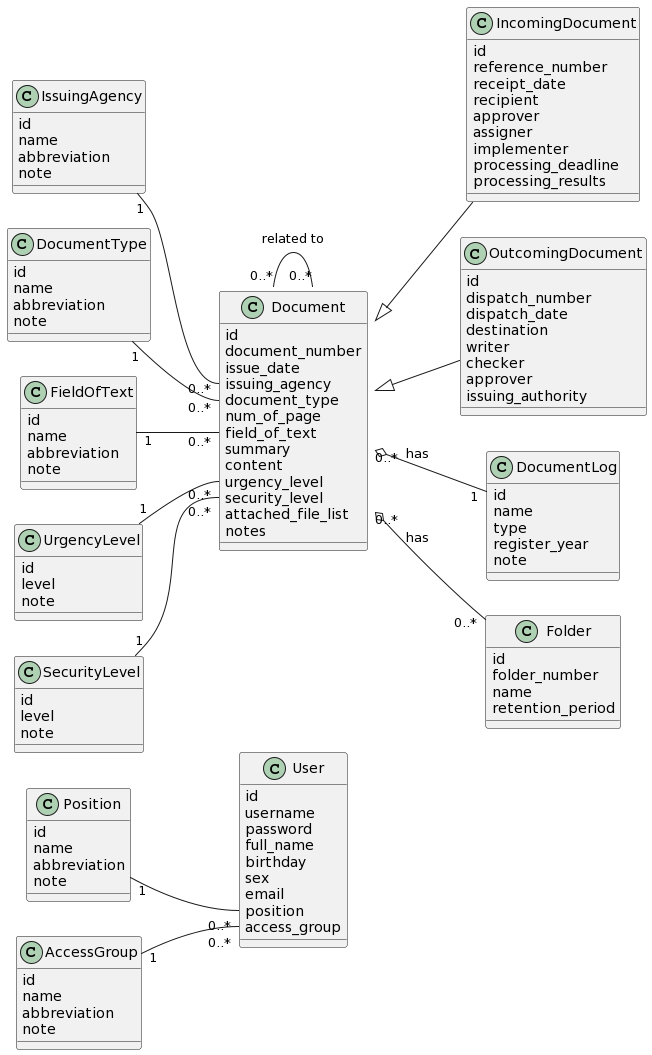
This is Lab1/Lab1.2/Class Diagram/Class Diagram.png from khoapham1003/SE357-Pratice-class, a PlantUML export, as it was before one commit.
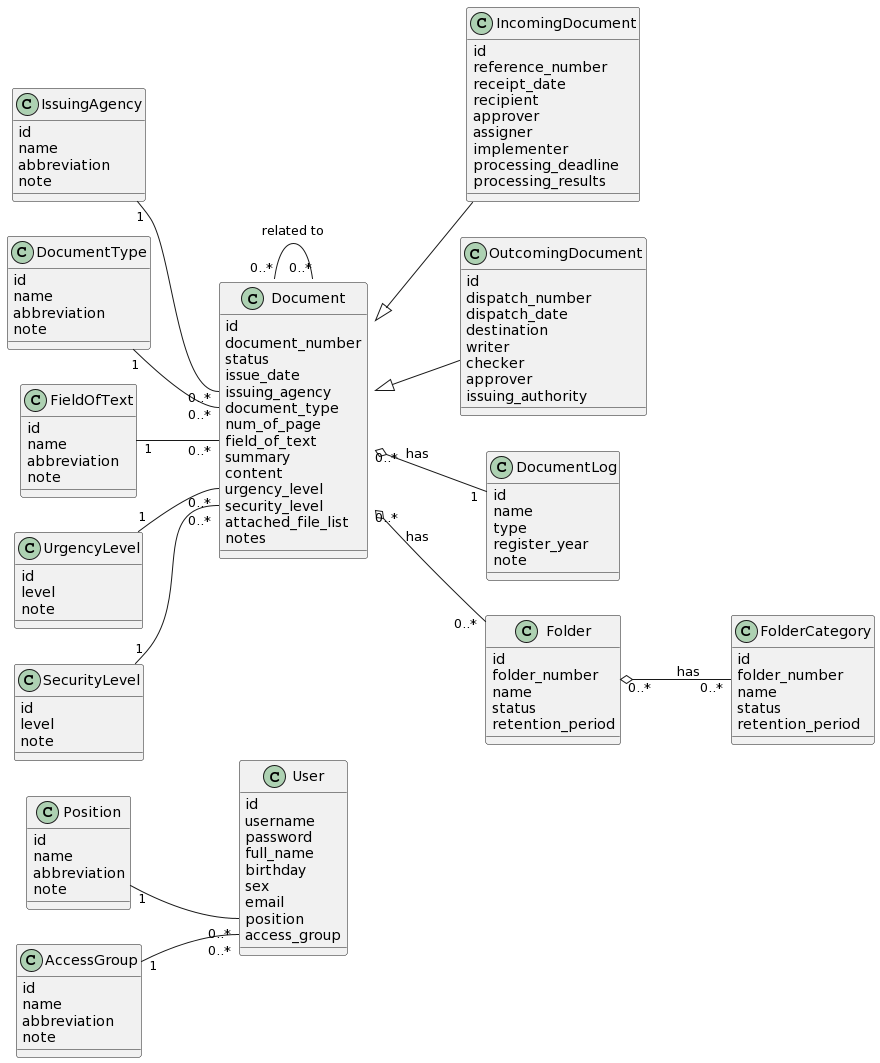
The same diagram one commit later.

Commit message:
Update Class Diagram

The edit, as a diff of the source:
```diff
@@ -26,6 +26,7 @@
 class Document {
 id
 document_number
+status
 issue_date
 issuing_agency
 document_type
@@ -99,6 +100,14 @@
 id
 folder_number
 name
+status
+retention_period
+}
+class FolderCategory{
+id
+folder_number
+name
+status
 retention_period
 }
 Document <|-- OutcomingDocument
@@ -107,7 +116,7 @@
 
 Document "0..*" o-- "1" DocumentLog: has
 Document "0..*" o-- "0..*" Folder: has
-
+Folder "0..*" o-- "0..*" FolderCategory: has
 FieldOfText "1" -- "0..*" Document::field_of_text
 DocumentType "1" -- "0..*" Document::document_type
 IssuingAgency "1" -- "0..*" Document::issuing_agency
```
